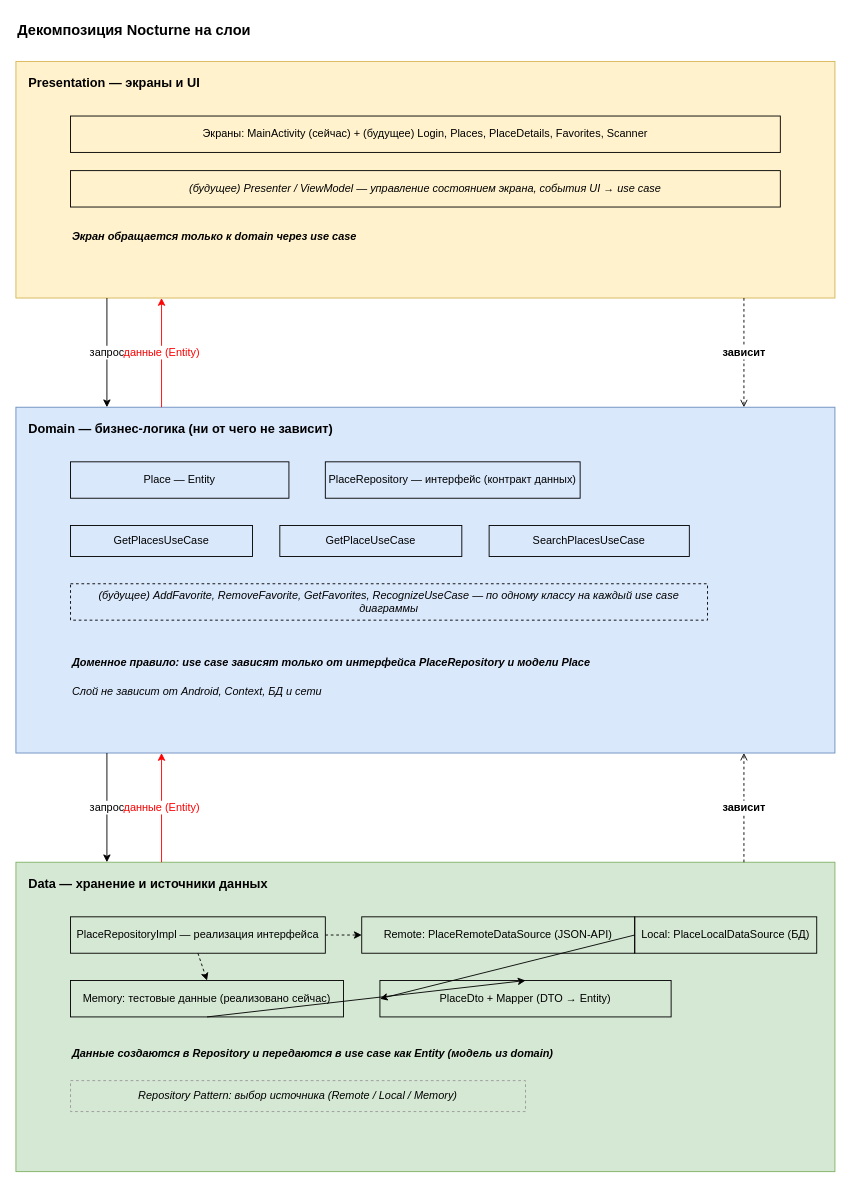
Before: Nocturne/diagrams/Nocturne_Layers.drawio in AnnaShelmo/mobile-development, a draw.io diagram. Source tidied: cells renumbered, new cells numbered last; positions are measured from the earlier drawing's top-left corner, leaving out a move shared by most shapes. Both pictures are drawn from the tidied source at 91%, with x=0, y=0 at pixel (15, 15).
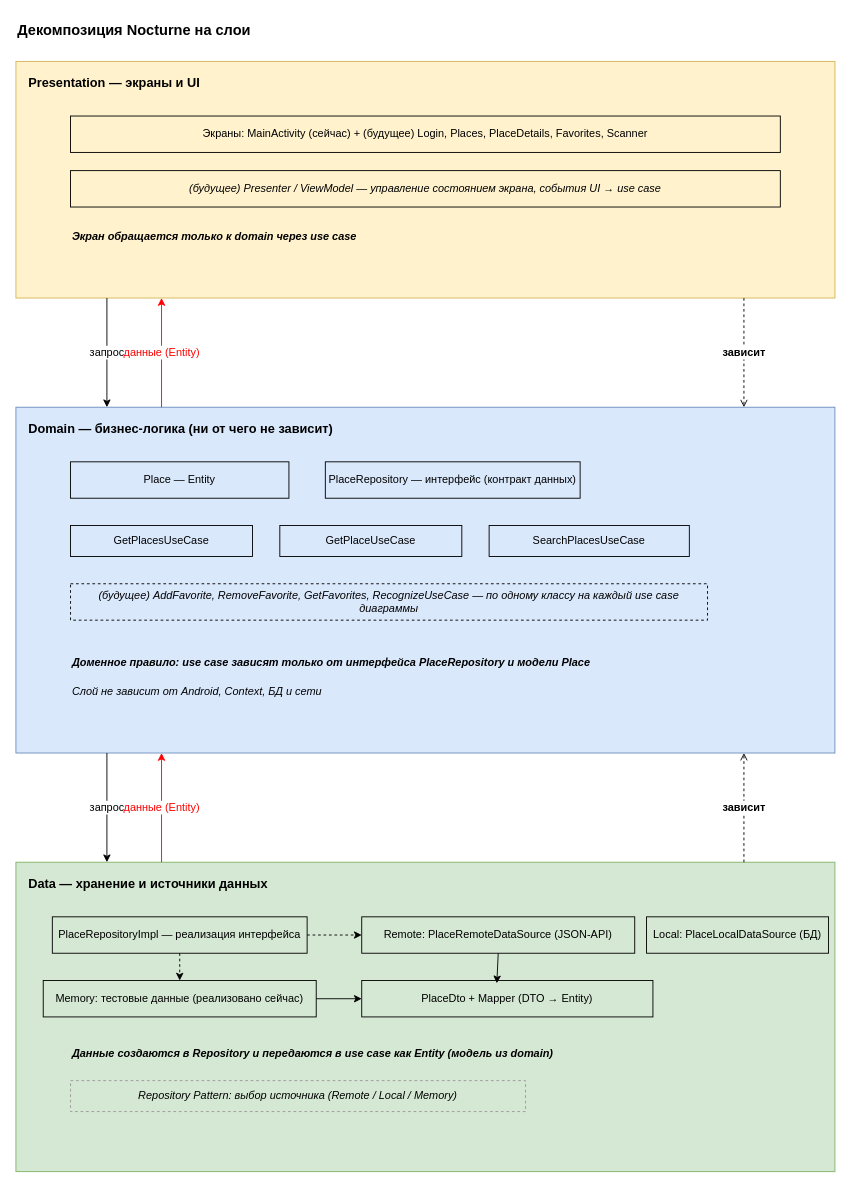
After the change.

Unchanged cells that the change refers to:
```xml
<mxCell id="21" value="Remote: PlaceRemoteDataSource (JSON-API)" style="rounded=0;whiteSpace=wrap;html=1;fillColor=none;strokeColor=#000000;fontSize=12;" parent="1" vertex="1">
  <mxGeometry x="380" y="990" width="300" height="40" as="geometry" />
</mxCell>
```

Diff of the diagram source:
```diff
@@
     <mxCell id="20" value="PlaceRepositoryImpl — реализация интерфейса" style="rounded=0;whiteSpace=wrap;html=1;fillColor=none;strokeColor=#000000;" parent="1" vertex="1">
-      <mxGeometry x="60" y="990" width="280" height="40" as="geometry" />
+      <mxGeometry x="40" y="990" width="280" height="40" as="geometry" />
     </mxCell>
@@
     <mxCell id="22" value="Local: PlaceLocalDataSource (БД)" style="rounded=0;whiteSpace=wrap;html=1;fillColor=none;strokeColor=#000000;fontSize=12;" parent="1" vertex="1">
-      <mxGeometry x="680" y="990" width="200" height="40" as="geometry" />
+      <mxGeometry x="693" y="990" width="200" height="40" as="geometry" />
     </mxCell>
     <mxCell id="23" value="Memory: тестовые данные (реализовано сейчас)" style="rounded=0;whiteSpace=wrap;html=1;fillColor=none;strokeColor=#000000;fontSize=12;" parent="1" vertex="1">
-      <mxGeometry x="60" y="1060" width="300" height="40" as="geometry" />
+      <mxGeometry x="30" y="1060" width="300" height="40" as="geometry" />
     </mxCell>
     <mxCell id="24" value="PlaceDto + Mapper (DTO → Entity)" style="rounded=0;whiteSpace=wrap;html=1;fillColor=none;strokeColor=#000000;fontSize=12;" parent="1" vertex="1">
-      <mxGeometry x="400" y="1060" width="320" height="40" as="geometry" />
+      <mxGeometry x="380" y="1060" width="320" height="40" as="geometry" />
     </mxCell>
@@
-    <mxCell id="35" style="edgeStyle=none;html=1;endArrow=classic;startArrow=none;strokeColor=#000000;fontSize=11;exitX=1;exitY=0.5;entryX=0;entryY=0.5;" parent="1" edge="1" source="21" target="24">
+    <mxCell id="35" style="edgeStyle=none;html=1;endArrow=classic;startArrow=none;strokeColor=#000000;fontSize=11;exitX=0.5;exitY=1;entryX=0.464;entryY=0.077;entryDx=0;entryDy=0;entryPerimeter=0;exitDx=0;exitDy=0;" parent="1" edge="1" source="21" target="24">
       <mxGeometry relative="1" as="geometry" />
     </mxCell>
-    <mxCell id="36" style="edgeStyle=none;html=1;endArrow=classic;startArrow=none;strokeColor=#000000;fontSize=11;exitX=0.5;exitY=1;entryX=0.5;entryY=0;" parent="1" edge="1" source="23" target="24">
+    <mxCell id="36" style="edgeStyle=none;html=1;endArrow=classic;startArrow=none;strokeColor=#000000;fontSize=11;exitX=1;exitY=0.5;entryX=0;entryY=0.5;entryDx=0;entryDy=0;exitDx=0;exitDy=0;" parent="1" edge="1" source="23" target="24">
       <mxGeometry relative="1" as="geometry" />
     </mxCell>
```
